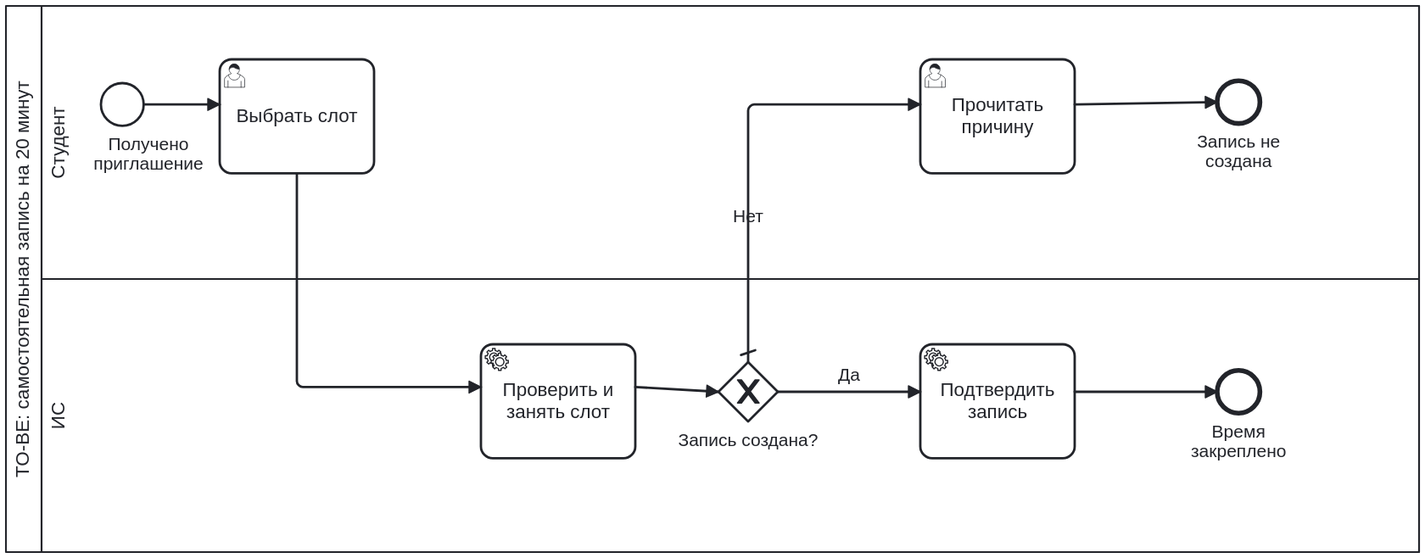
This is assets/to-be.svg from somthngg/lab2-pris, a BPMN export, as it was before one commit. Its source is kept beside it as assets/to-be.bpmn. Ids are renumbered.
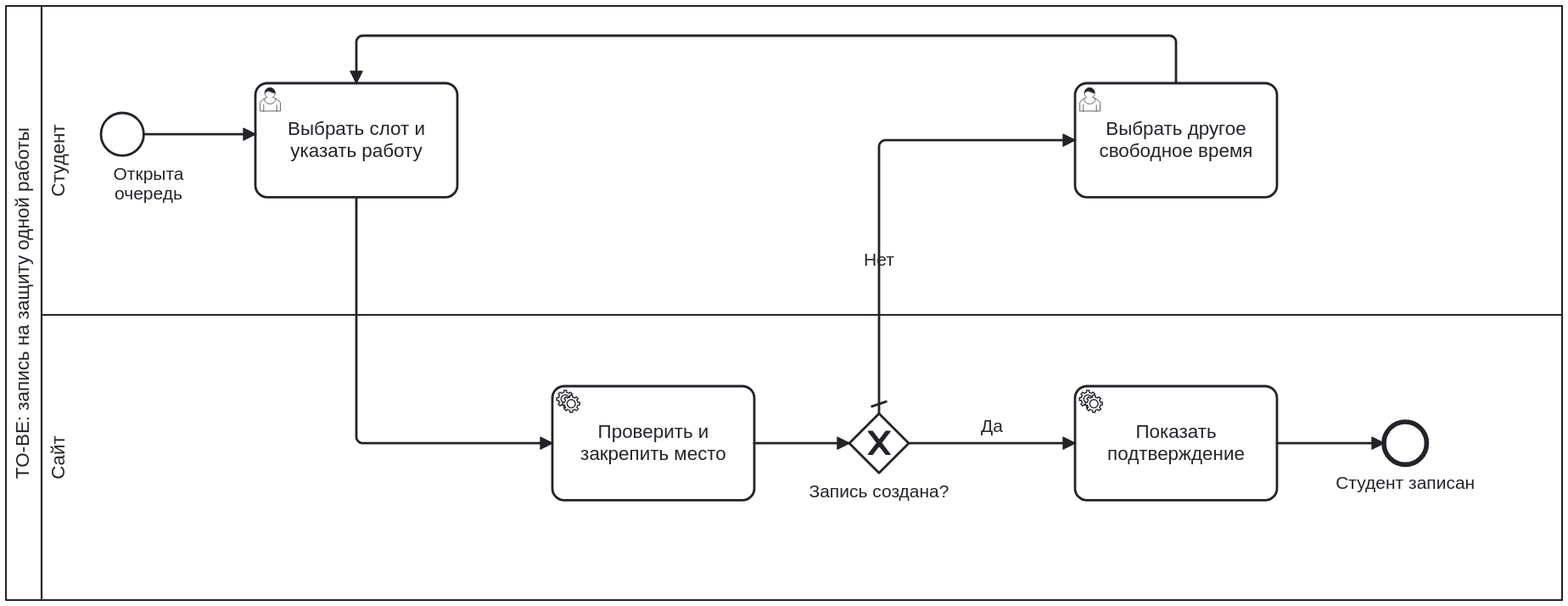
The same diagram one commit later.

Commit message:
Обновить BPMN: таблица, запись на 10 минут и результаты защит

Change to the diagram source:
```diff
@@ -1,144 +1,137 @@
 <bpmn:definitions xmlns:bpmn="http://www.omg.org/spec/BPMN/20100524/MODEL" xmlns:bpmndi="http://www.omg.org/spec/BPMN/20100524/DI" xmlns:dc="http://www.omg.org/spec/DD/20100524/DC" xmlns:di="http://www.omg.org/spec/DD/20100524/DI" xmlns:xsi="http://www.w3.org/2001/XMLSchema-instance" id="Defs_to-be" targetNamespace="https://example.org/consultation-concept">
-  <bpmn:process id="Process_to-be" name="TO-BE: самостоятельная запись на 20 минут" isExecutable="false">
+  <bpmn:process id="Process_to-be" name="TO-BE: запись на защиту одной работы" isExecutable="false">
     <bpmn:laneSet id="LaneSet_to-be">
       <bpmn:lane id="Lane_to-be_student" name="Студент">
         <bpmn:flowNodeRef>q_start</bpmn:flowNodeRef>
         <bpmn:flowNodeRef>q_choose</bpmn:flowNodeRef>
-        <bpmn:flowNodeRef>q_reject</bpmn:flowNodeRef>
-        <bpmn:flowNodeRef>q_failed</bpmn:flowNodeRef>
+        <bpmn:flowNodeRef>q_retry</bpmn:flowNodeRef>
       </bpmn:lane>
-      <bpmn:lane id="Lane_to-be_system" name="ИС">
-        <bpmn:flowNodeRef>q_book</bpmn:flowNodeRef>
-        <bpmn:flowNodeRef>q_available</bpmn:flowNodeRef>
+      <bpmn:lane id="Lane_to-be_system" name="Сайт">
+        <bpmn:flowNodeRef>q_check</bpmn:flowNodeRef>
+        <bpmn:flowNodeRef>q_free</bpmn:flowNodeRef>
         <bpmn:flowNodeRef>q_confirm</bpmn:flowNodeRef>
         <bpmn:flowNodeRef>q_end</bpmn:flowNodeRef>
       </bpmn:lane>
     </bpmn:laneSet>
-    <bpmn:startEvent id="q_start" name="Получено приглашение">
+    <bpmn:startEvent id="q_start" name="Открыта очередь">
       <bpmn:outgoing>qf1</bpmn:outgoing>
     </bpmn:startEvent>
-    <bpmn:userTask id="q_choose" name="Выбрать слот">
+    <bpmn:userTask id="q_choose" name="Выбрать слот и указать работу">
       <bpmn:incoming>qf1</bpmn:incoming>
+      <bpmn:incoming>qf7</bpmn:incoming>
       <bpmn:outgoing>qf2</bpmn:outgoing>
     </bpmn:userTask>
-    <bpmn:serviceTask id="q_book" name="Проверить и занять слот">
+    <bpmn:serviceTask id="q_check" name="Проверить и закрепить место">
       <bpmn:incoming>qf2</bpmn:incoming>
       <bpmn:outgoing>qf3</bpmn:outgoing>
     </bpmn:serviceTask>
-    <bpmn:exclusiveGateway id="q_available" name="Запись создана?" default="qf5">
+    <bpmn:exclusiveGateway id="q_free" name="Запись создана?" default="qf5">
       <bpmn:incoming>qf3</bpmn:incoming>
       <bpmn:outgoing>qf4</bpmn:outgoing>
       <bpmn:outgoing>qf5</bpmn:outgoing>
     </bpmn:exclusiveGateway>
-    <bpmn:serviceTask id="q_confirm" name="Подтвердить запись">
+    <bpmn:serviceTask id="q_confirm" name="Показать подтверждение">
       <bpmn:incoming>qf4</bpmn:incoming>
       <bpmn:outgoing>qf6</bpmn:outgoing>
     </bpmn:serviceTask>
-    <bpmn:endEvent id="q_end" name="Время закреплено">
+    <bpmn:endEvent id="q_end" name="Студент записан">
       <bpmn:incoming>qf6</bpmn:incoming>
     </bpmn:endEvent>
-    <bpmn:userTask id="q_reject" name="Прочитать причину">
+    <bpmn:userTask id="q_retry" name="Выбрать другое свободное время">
       <bpmn:incoming>qf5</bpmn:incoming>
       <bpmn:outgoing>qf7</bpmn:outgoing>
     </bpmn:userTask>
-    <bpmn:endEvent id="q_failed" name="Запись не создана">
-      <bpmn:incoming>qf7</bpmn:incoming>
-    </bpmn:endEvent>
     <bpmn:sequenceFlow id="qf1" sourceRef="q_start" targetRef="q_choose"/>
-    <bpmn:sequenceFlow id="qf2" sourceRef="q_choose" targetRef="q_book"/>
-    <bpmn:sequenceFlow id="qf3" sourceRef="q_book" targetRef="q_available"/>
-    <bpmn:sequenceFlow id="qf4" sourceRef="q_available" targetRef="q_confirm" name="Да">
-      <bpmn:conditionExpression xsi:type="bpmn:tFormalExpression">validBooking</bpmn:conditionExpression>
+    <bpmn:sequenceFlow id="qf2" sourceRef="q_choose" targetRef="q_check"/>
+    <bpmn:sequenceFlow id="qf3" sourceRef="q_check" targetRef="q_free"/>
+    <bpmn:sequenceFlow id="qf4" sourceRef="q_free" targetRef="q_confirm" name="Да">
+      <bpmn:conditionExpression xsi:type="bpmn:tFormalExpression">bookingCreated</bpmn:conditionExpression>
     </bpmn:sequenceFlow>
-    <bpmn:sequenceFlow id="qf5" sourceRef="q_available" targetRef="q_reject" name="Нет"/>
+    <bpmn:sequenceFlow id="qf5" sourceRef="q_free" targetRef="q_retry" name="Нет"/>
     <bpmn:sequenceFlow id="qf6" sourceRef="q_confirm" targetRef="q_end"/>
-    <bpmn:sequenceFlow id="qf7" sourceRef="q_reject" targetRef="q_failed"/>
+    <bpmn:sequenceFlow id="qf7" sourceRef="q_retry" targetRef="q_choose"/>
   </bpmn:process>
   <bpmn:collaboration id="Collab_to-be">
-    <bpmn:participant id="Pool_to-be" name="TO-BE: самостоятельная запись на 20 минут" processRef="Process_to-be"/>
+    <bpmn:participant id="Pool_to-be" name="TO-BE: запись на защиту одной работы" processRef="Process_to-be"/>
   </bpmn:collaboration>
   <bpmndi:BPMNDiagram id="Diagram_to-be">
     <bpmndi:BPMNPlane id="Plane_to-be" bpmnElement="Collab_to-be">
       <bpmndi:BPMNShape id="Pool_to-be_di" bpmnElement="Pool_to-be" isHorizontal="true">
-        <dc:Bounds x="30" y="80" width="1190" height="460"/>
+        <dc:Bounds x="30" y="80" width="1310" height="500"/>
       </bpmndi:BPMNShape>
       <bpmndi:BPMNShape id="Lane_to-be_student_di" bpmnElement="Lane_to-be_student" isHorizontal="true">
-        <dc:Bounds x="60" y="80" width="1160" height="230"/>
+        <dc:Bounds x="60" y="80" width="1280" height="260"/>
       </bpmndi:BPMNShape>
       <bpmndi:BPMNShape id="Lane_to-be_system_di" bpmnElement="Lane_to-be_system" isHorizontal="true">
-        <dc:Bounds x="60" y="310" width="1160" height="230"/>
+        <dc:Bounds x="60" y="340" width="1280" height="240"/>
       </bpmndi:BPMNShape>
       <bpmndi:BPMNShape id="q_start_di" bpmnElement="q_start">
-        <dc:Bounds x="110" y="145" width="36" height="36"/>
+        <dc:Bounds x="110" y="170" width="36" height="36"/>
         <bpmndi:BPMNLabel>
-          <dc:Bounds x="100" y="189" width="100" height="55"/>
+          <dc:Bounds x="100" y="214" width="100" height="55"/>
         </bpmndi:BPMNLabel>
       </bpmndi:BPMNShape>
       <bpmndi:BPMNShape id="q_choose_di" bpmnElement="q_choose">
-        <dc:Bounds x="210" y="125" width="130" height="96"/>
+        <dc:Bounds x="240" y="145" width="170" height="96"/>
       </bpmndi:BPMNShape>
-      <bpmndi:BPMNShape id="q_book_di" bpmnElement="q_book">
-        <dc:Bounds x="430" y="365" width="130" height="96"/>
+      <bpmndi:BPMNShape id="q_check_di" bpmnElement="q_check">
+        <dc:Bounds x="490" y="400" width="170" height="96"/>
       </bpmndi:BPMNShape>
-      <bpmndi:BPMNShape id="q_available_di" bpmnElement="q_available" isMarkerVisible="true">
-        <dc:Bounds x="630" y="380" width="50" height="50"/>
+      <bpmndi:BPMNShape id="q_free_di" bpmnElement="q_free" isMarkerVisible="true">
+        <dc:Bounds x="740" y="423" width="50" height="50"/>
         <bpmndi:BPMNLabel>
-          <dc:Bounds x="595.0" y="438" width="120" height="55"/>
+          <dc:Bounds x="705.0" y="481" width="120" height="55"/>
         </bpmndi:BPMNLabel>
       </bpmndi:BPMNShape>
       <bpmndi:BPMNShape id="q_confirm_di" bpmnElement="q_confirm">
-        <dc:Bounds x="800" y="365" width="130" height="96"/>
+        <dc:Bounds x="930" y="400" width="170" height="96"/>
       </bpmndi:BPMNShape>
       <bpmndi:BPMNShape id="q_end_di" bpmnElement="q_end">
-        <dc:Bounds x="1050" y="387" width="36" height="36"/>
+        <dc:Bounds x="1190" y="430" width="36" height="36"/>
         <bpmndi:BPMNLabel>
-          <dc:Bounds x="1008.0" y="431" width="120" height="55"/>
+          <dc:Bounds x="1148.0" y="474" width="120" height="55"/>
         </bpmndi:BPMNLabel>
       </bpmndi:BPMNShape>
-      <bpmndi:BPMNShape id="q_reject_di" bpmnElement="q_reject">
-        <dc:Bounds x="800" y="125" width="130" height="96"/>
-      </bpmndi:BPMNShape>
-      <bpmndi:BPMNShape id="q_failed_di" bpmnElement="q_failed">
-        <dc:Bounds x="1050" y="143" width="36" height="36"/>
-        <bpmndi:BPMNLabel>
-          <dc:Bounds x="1008.0" y="187" width="120" height="55"/>
-        </bpmndi:BPMNLabel>
+      <bpmndi:BPMNShape id="q_retry_di" bpmnElement="q_retry">
+        <dc:Bounds x="930" y="145" width="170" height="96"/>
       </bpmndi:BPMNShape>
       <bpmndi:BPMNEdge id="qf1_di" bpmnElement="qf1">
-        <di:waypoint x="146" y="163"/>
-        <di:waypoint x="210" y="163"/>
+        <di:waypoint x="146" y="188"/>
+        <di:waypoint x="240" y="188"/>
       </bpmndi:BPMNEdge>
       <bpmndi:BPMNEdge id="qf2_di" bpmnElement="qf2">
-        <di:waypoint x="275" y="221"/>
-        <di:waypoint x="275" y="401"/>
-        <di:waypoint x="430" y="401"/>
+        <di:waypoint x="325" y="241"/>
+        <di:waypoint x="325" y="448"/>
+        <di:waypoint x="490" y="448"/>
       </bpmndi:BPMNEdge>
       <bpmndi:BPMNEdge id="qf3_di" bpmnElement="qf3">
-        <di:waypoint x="560" y="401"/>
-        <di:waypoint x="630" y="405"/>
+        <di:waypoint x="660" y="448"/>
+        <di:waypoint x="740" y="448"/>
       </bpmndi:BPMNEdge>
       <bpmndi:BPMNEdge id="qf4_di" bpmnElement="qf4">
-        <di:waypoint x="680" y="405"/>
-        <di:waypoint x="800" y="405"/>
+        <di:waypoint x="790" y="448"/>
+        <di:waypoint x="930" y="448"/>
         <bpmndi:BPMNLabel>
-          <dc:Bounds x="705.0" y="383.0" width="70" height="18"/>
+          <dc:Bounds x="825.0" y="426.0" width="70" height="18"/>
         </bpmndi:BPMNLabel>
       </bpmndi:BPMNEdge>
       <bpmndi:BPMNEdge id="qf5_di" bpmnElement="qf5">
-        <di:waypoint x="655" y="380"/>
-        <di:waypoint x="655" y="163"/>
-        <di:waypoint x="800" y="163"/>
+        <di:waypoint x="765" y="423"/>
+        <di:waypoint x="765" y="193"/>
+        <di:waypoint x="930" y="193"/>
         <bpmndi:BPMNLabel>
-          <dc:Bounds x="620.0" y="249.5" width="70" height="18"/>
+          <dc:Bounds x="730.0" y="286.0" width="70" height="18"/>
         </bpmndi:BPMNLabel>
       </bpmndi:BPMNEdge>
       <bpmndi:BPMNEdge id="qf6_di" bpmnElement="qf6">
-        <di:waypoint x="930" y="405"/>
-        <di:waypoint x="1050" y="405"/>
+        <di:waypoint x="1100" y="448"/>
+        <di:waypoint x="1190" y="448"/>
       </bpmndi:BPMNEdge>
       <bpmndi:BPMNEdge id="qf7_di" bpmnElement="qf7">
-        <di:waypoint x="930" y="163"/>
-        <di:waypoint x="1050" y="161"/>
+        <di:waypoint x="1015" y="145"/>
+        <di:waypoint x="1015" y="105"/>
+        <di:waypoint x="325" y="105"/>
+        <di:waypoint x="325" y="145"/>
       </bpmndi:BPMNEdge>
     </bpmndi:BPMNPlane>
   </bpmndi:BPMNDiagram>
```
